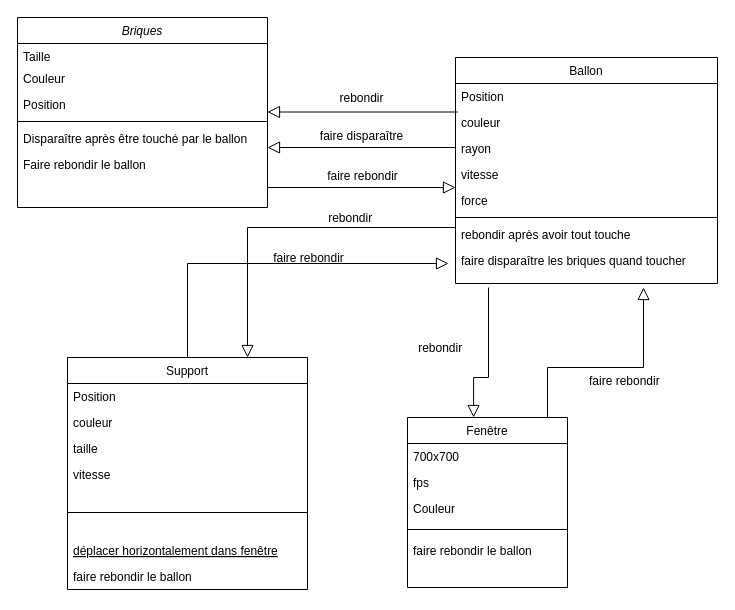
The draw.io diagram Untitled Diagram.drawio in pysoth/agario_sitha-adrien, before the edit. Source tidied: cells renumbered, new cells numbered last; positions are measured from the earlier drawing's top-left corner, leaving out a move shared by most shapes. Both pictures are drawn from the tidied source at 100%, with x=0, y=0 at pixel (17, 17).
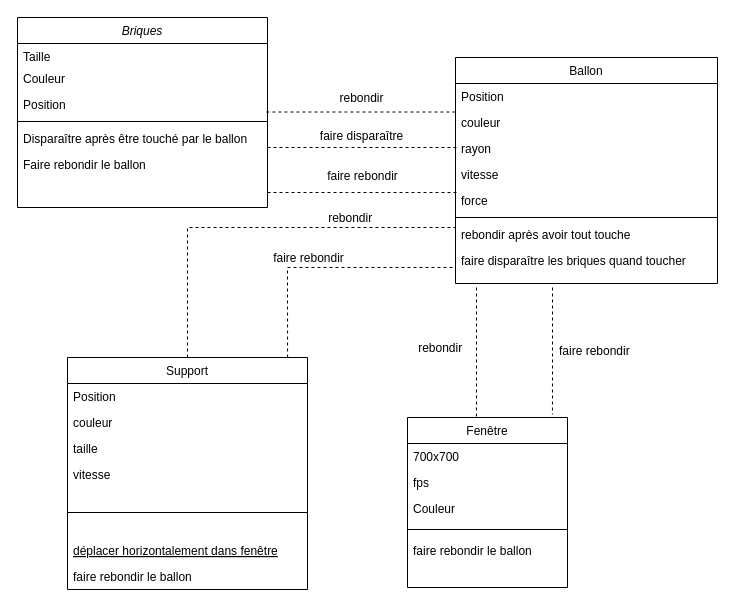
Above is the later version.

Commit message:
casse-briques

Unchanged cells that the change refers to:
```xml
<mxCell id="7" value="Disparaître après être touché par le ballon" style="text;align=left;verticalAlign=top;spacingLeft=4;spacingRight=4;overflow=hidden;points=[[0,0.5],[1,0.5]];portConstraint=eastwest;" parent="2" vertex="1">
  <mxGeometry y="108" width="250" height="26" as="geometry" />
</mxCell>
<mxCell id="8" value="Faire rebondir le ballon" style="text;align=left;verticalAlign=top;spacingLeft=4;spacingRight=4;overflow=hidden;points=[[0,0.5],[1,0.5]];portConstraint=eastwest;" parent="2" vertex="1">
  <mxGeometry y="134" width="250" height="26" as="geometry" />
</mxCell>
<mxCell id="9" value="Support" style="swimlane;fontStyle=0;align=center;verticalAlign=top;horizontal=1;startSize=26;rounded=0;shadow=0;strokeWidth=1;" parent="1" vertex="1">
  <mxGeometry x="50" y="340" width="240" height="232" as="geometry" />
</mxCell>
<mxCell id="18" value="Fenêtre" style="swimlane;fontStyle=0;align=center;verticalAlign=top;horizontal=1;startSize=26;rounded=0;shadow=0;strokeWidth=1;" parent="1" vertex="1">
  <mxGeometry x="390" y="400" width="160" height="170" as="geometry" />
</mxCell>
<mxCell id="28" value="rayon" style="text;align=left;verticalAlign=top;spacingLeft=4;spacingRight=4;overflow=hidden;points=[[0,0.5],[1,0.5]];portConstraint=eastwest;rounded=0;shadow=0;html=0;" parent="25" vertex="1">
  <mxGeometry y="78" width="262" height="26" as="geometry" />
</mxCell>
<mxCell id="30" value="force" style="text;align=left;verticalAlign=top;spacingLeft=4;spacingRight=4;overflow=hidden;points=[[0,0.5],[1,0.5]];portConstraint=eastwest;rounded=0;shadow=0;html=0;" parent="25" vertex="1">
  <mxGeometry y="130" width="262" height="26" as="geometry" />
</mxCell>
<mxCell id="32" value="rebondir après avoir tout touche" style="text;align=left;verticalAlign=top;spacingLeft=4;spacingRight=4;overflow=hidden;points=[[0,0.5],[1,0.5]];portConstraint=eastwest;" parent="25" vertex="1">
  <mxGeometry y="164" width="262" height="26" as="geometry" />
</mxCell>
<mxCell id="33" value="faire disparaître les briques quand toucher" style="text;align=left;verticalAlign=top;spacingLeft=4;spacingRight=4;overflow=hidden;points=[[0,0.5],[1,0.5]];portConstraint=eastwest;" parent="25" vertex="1">
  <mxGeometry y="190" width="262" height="26" as="geometry" />
</mxCell>
```

Diff of the diagram source:
```diff
@@
-    <mxCell id="17" style="endArrow=block;endSize=10;endFill=0;shadow=0;strokeWidth=1;rounded=0;edgeStyle=elbowEdgeStyle;elbow=vertical;" parent="1" edge="1" source="9">
-      <mxGeometry relative="1" as="geometry">
-        <mxPoint x="431" y="246" as="targetPoint" />
-        <Array as="points">
-          <mxPoint x="420" y="246" />
-          <mxPoint x="440" y="253" />
-          <mxPoint x="410" y="250" />
-          <mxPoint x="410" y="253" />
-          <mxPoint x="390" y="260" />
-          <mxPoint x="210" y="290" />
-          <mxPoint x="130" y="260" />
-          <mxPoint x="240" y="270" />
-          <mxPoint x="50" y="310" />
-        </Array>
-      </mxGeometry>
-    </mxCell>
@@
-    <mxCell id="24" style="endArrow=block;endSize=10;endFill=0;shadow=0;strokeWidth=1;rounded=0;edgeStyle=elbowEdgeStyle;elbow=vertical;" parent="1" edge="1" source="18">
-      <mxGeometry relative="1" as="geometry">
-        <mxPoint x="626" y="270" as="targetPoint" />
-        <Array as="points">
-          <mxPoint x="530" y="350" />
-        </Array>
-      </mxGeometry>
-    </mxCell>
@@
-    <mxCell id="36" style="endArrow=block;endSize=10;endFill=0;shadow=0;strokeWidth=1;rounded=0;edgeStyle=elbowEdgeStyle;elbow=vertical;entryX=0.75;entryY=0;entryDx=0;entryDy=0;exitX=0;exitY=0.5;exitDx=0;exitDy=0;" parent="1" edge="1" source="32" target="9">
-      <mxGeometry relative="1" as="geometry">
-        <Array as="points">
-          <mxPoint x="310" y="210" />
-          <mxPoint x="270" y="200" />
-          <mxPoint x="300" y="227" />
-          <mxPoint x="220" y="300" />
-          <mxPoint x="140" y="270" />
-          <mxPoint x="250" y="280" />
-          <mxPoint x="60" y="320" />
-        </Array>
-      </mxGeometry>
-    </mxCell>
-    <mxCell id="37" style="endArrow=block;endSize=10;endFill=0;shadow=0;strokeWidth=1;rounded=0;edgeStyle=elbowEdgeStyle;elbow=vertical;entryX=0.413;entryY=0;entryDx=0;entryDy=0;entryPerimeter=0;" parent="1" edge="1" target="18">
-      <mxGeometry relative="1" as="geometry">
-        <mxPoint x="471" y="270" as="sourcePoint" />
-        <Array as="points">
-          <mxPoint x="540" y="360" />
-        </Array>
-      </mxGeometry>
-    </mxCell>
@@
     <mxCell id="41" value="faire rebondir" style="text;whiteSpace=wrap;html=1;" parent="1" vertex="1">
-      <mxGeometry x="570" y="350" width="100" height="30" as="geometry" />
+      <mxGeometry x="540" y="320" width="100" height="30" as="geometry" />
     </mxCell>
-    <mxCell id="42" style="endArrow=block;endSize=10;endFill=0;shadow=0;strokeWidth=1;rounded=0;edgeStyle=elbowEdgeStyle;elbow=vertical;exitX=1;exitY=1;exitDx=0;exitDy=0;exitPerimeter=0;" parent="1" edge="1" source="8">
-      <mxGeometry relative="1" as="geometry">
-        <mxPoint x="438" y="170" as="targetPoint" />
-        <Array as="points">
-          <mxPoint x="250" y="170" />
-          <mxPoint x="348" y="180" />
-        </Array>
-      </mxGeometry>
-    </mxCell>
@@
-    <mxCell id="44" style="endArrow=block;endSize=10;endFill=0;shadow=0;strokeWidth=1;rounded=0;edgeStyle=elbowEdgeStyle;elbow=vertical;entryX=1;entryY=0.846;entryDx=0;entryDy=0;entryPerimeter=0;exitX=0;exitY=0.5;exitDx=0;exitDy=0;" parent="1" edge="1" source="28" target="7">
-      <mxGeometry relative="1" as="geometry">
-        <Array as="points">
-          <mxPoint x="440" y="130" />
-          <mxPoint x="350" y="190" />
-        </Array>
-      </mxGeometry>
-    </mxCell>
-    <mxCell id="45" style="endArrow=block;endSize=10;endFill=0;shadow=0;strokeWidth=1;rounded=0;edgeStyle=elbowEdgeStyle;elbow=vertical;exitX=0.013;exitY=0.077;exitDx=0;exitDy=0;exitPerimeter=0;entryX=1;entryY=0.846;entryDx=0;entryDy=0;entryPerimeter=0;" parent="1" edge="1">
-      <mxGeometry relative="1" as="geometry">
-        <mxPoint x="440.1" y="94.5" as="sourcePoint" />
-        <mxPoint x="250" y="94.5" as="targetPoint" />
-        <Array as="points">
-          <mxPoint x="440" y="94.5" />
-          <mxPoint x="350" y="154.5" />
-        </Array>
-      </mxGeometry>
-    </mxCell>
+    <mxCell id="46" style="endArrow=none;dashed=1;html=1;rounded=0;exitX=0.917;exitY=0;exitDx=0;exitDy=0;exitPerimeter=0;entryX=-0.004;entryY=0.769;entryDx=0;entryDy=0;entryPerimeter=0;" parent="1" edge="1" source="9" target="33">
+      <mxGeometry relative="1" as="geometry">
+        <Array as="points">
+          <mxPoint x="270" y="250" />
+        </Array>
+      </mxGeometry>
+    </mxCell>
+    <mxCell id="47" style="endArrow=none;dashed=1;html=1;rounded=0;exitX=0.5;exitY=0;exitDx=0;exitDy=0;entryX=-0.004;entryY=0.769;entryDx=0;entryDy=0;entryPerimeter=0;" parent="1" edge="1" source="9">
+      <mxGeometry relative="1" as="geometry">
+        <mxPoint x="438" y="210" as="targetPoint" />
+        <Array as="points">
+          <mxPoint x="170" y="210" />
+        </Array>
+      </mxGeometry>
+    </mxCell>
+    <mxCell id="48" style="endArrow=none;dashed=1;html=1;rounded=0;entryX=0.004;entryY=0.192;entryDx=0;entryDy=0;entryPerimeter=0;" parent="1" edge="1" target="30">
+      <mxGeometry relative="1" as="geometry">
+        <mxPoint x="250" y="175" as="sourcePoint" />
+        <Array as="points">
+          <mxPoint x="330" y="175" />
+        </Array>
+      </mxGeometry>
+    </mxCell>
+    <mxCell id="49" style="endArrow=none;dashed=1;html=1;rounded=0;entryX=0.004;entryY=0.192;entryDx=0;entryDy=0;entryPerimeter=0;" parent="1" edge="1">
+      <mxGeometry relative="1" as="geometry">
+        <mxPoint x="250" y="130" as="sourcePoint" />
+        <mxPoint x="439" y="130" as="targetPoint" />
+        <Array as="points">
+          <mxPoint x="330" y="130" />
+        </Array>
+      </mxGeometry>
+    </mxCell>
+    <mxCell id="50" style="endArrow=none;dashed=1;html=1;rounded=0;entryX=0.004;entryY=0.192;entryDx=0;entryDy=0;entryPerimeter=0;" parent="1" edge="1">
+      <mxGeometry relative="1" as="geometry">
+        <mxPoint x="248.9" y="94.5" as="sourcePoint" />
+        <mxPoint x="438" y="94.5" as="targetPoint" />
+        <Array as="points">
+          <mxPoint x="328.9" y="94.5" />
+        </Array>
+      </mxGeometry>
+    </mxCell>
+    <mxCell id="51" style="endArrow=none;dashed=1;html=1;rounded=0;entryX=0.431;entryY=-0.006;entryDx=0;entryDy=0;entryPerimeter=0;" parent="1" edge="1" target="18">
+      <mxGeometry relative="1" as="geometry">
+        <mxPoint x="459" y="270" as="sourcePoint" />
+        <Array as="points">
+          <mxPoint x="459" y="360" />
+        </Array>
+      </mxGeometry>
+    </mxCell>
+    <mxCell id="52" style="endArrow=none;dashed=1;html=1;rounded=0;entryX=0.906;entryY=-0.018;entryDx=0;entryDy=0;entryPerimeter=0;" parent="1" edge="1" target="18">
+      <mxGeometry relative="1" as="geometry">
+        <mxPoint x="535" y="270" as="sourcePoint" />
+        <Array as="points">
+          <mxPoint x="535" y="330" />
+        </Array>
+      </mxGeometry>
+    </mxCell>
```
